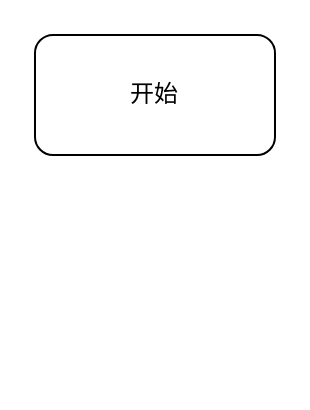
Earlier version of the draw.io diagram 23113400 搜索接推荐理由 服务端技术文档.drawio (ETHAN0430/draw.io.repo). Source tidied: cells renumbered, new cells numbered last; positions are measured from the earlier drawing's top-left corner, leaving out a move shared by most shapes. Both pictures are drawn from the tidied source at 200%, with x=0, y=0 at pixel (34, 34).
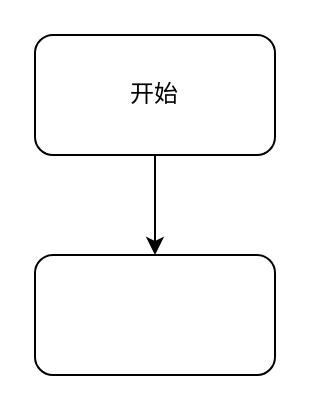
After the change.

Commit message (it also covers changes not shown here):
更新23113400 搜索接推荐理由 服务端技术文档.drawio

What changed in the source:
```diff
@@
 <mxGraphModel>
   <root>
     <mxCell id="0" />
     <mxCell id="1" parent="0" />
+    <mxCell id="3" style="edgeStyle=orthogonalEdgeStyle;rounded=0;jettySize=auto;html=1;" parent="1" edge="1" source="2" target="4">
+      <mxGeometry relative="1" as="geometry" />
+    </mxCell>
     <mxCell id="2" value="开始" style="rounded=1;whiteSpace=wrap;html=1;" parent="1" vertex="1">
       <mxGeometry width="120" height="60" as="geometry" />
     </mxCell>
+    <mxCell id="4" style="whiteSpace=wrap;html=1;rounded=1;" parent="1" vertex="1">
+      <mxGeometry y="110" width="120" height="60" as="geometry" />
+    </mxCell>
   </root>
 </mxGraphModel>
```
